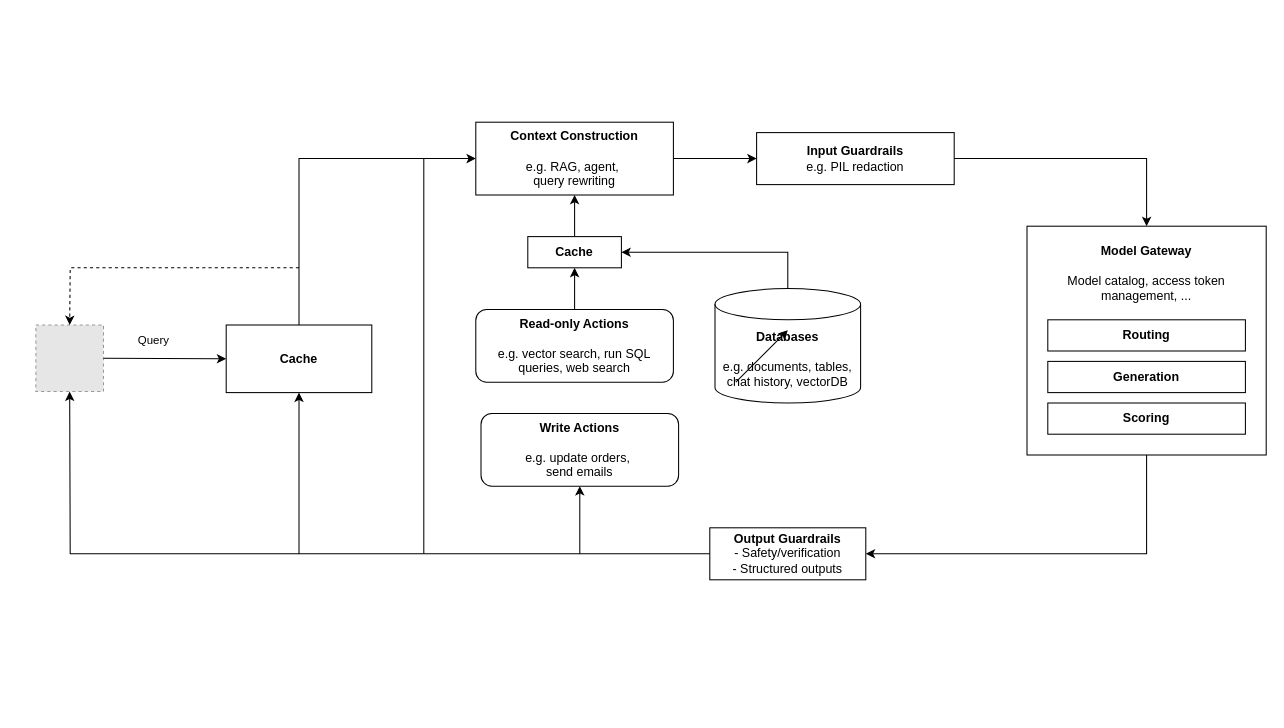
Earlier version of the draw.io diagram Building a GenAI Platform.drawio (sidthedesigner/Draw.io). Source tidied: cells renumbered, new cells numbered last; positions are measured from the earlier drawing's top-left corner, leaving out a move shared by most shapes. Both pictures are drawn from the tidied source at 104%, with x=0, y=0 at pixel (35, 122). Pictures stored in the file or linked from it are replaced by grey dashed boxes.
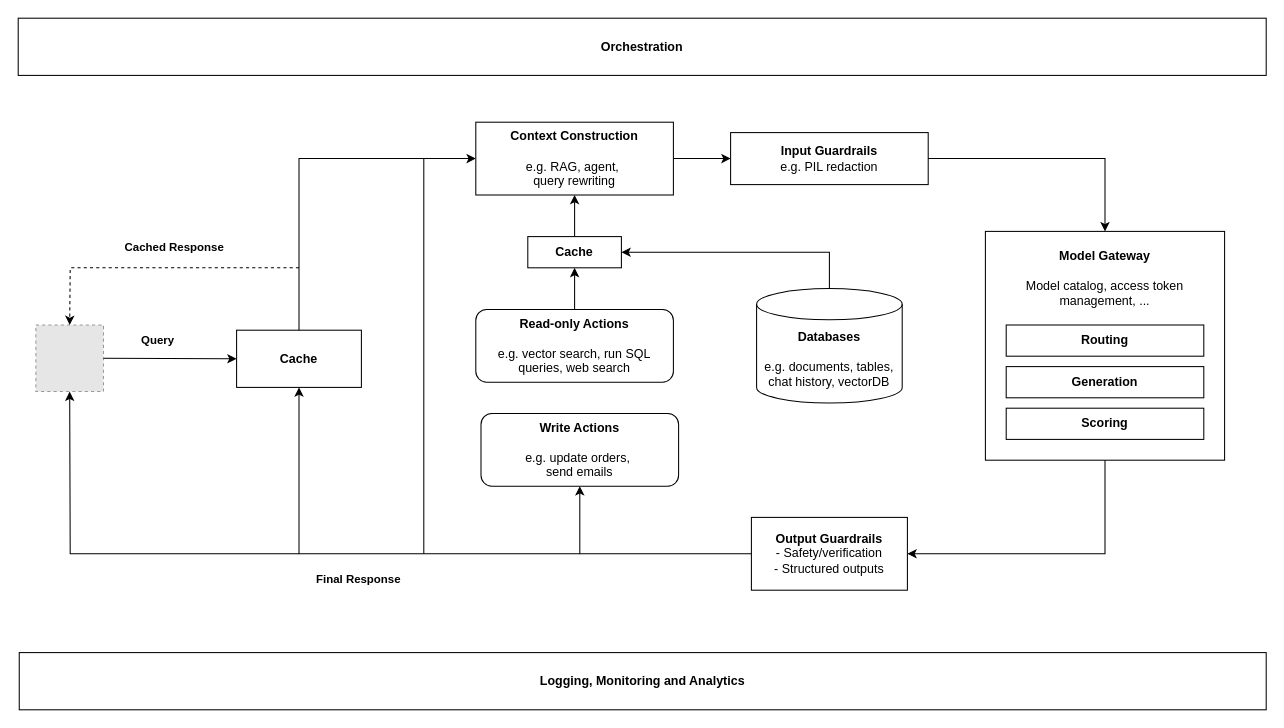
After the change.

Unchanged cells that the change refers to:
```xml
<mxCell id="2" value="&lt;b&gt;Cache&lt;/b&gt;" style="rounded=0;whiteSpace=wrap;html=1;" parent="1" vertex="1">
  <mxGeometry x="473" y="110" width="90" height="30" as="geometry" />
</mxCell>
<mxCell id="26" style="fillColor=#E6E6E6;strokeColor=#999999;dashed=1;verticalLabelPosition=bottom;labelBackgroundColor=default;verticalAlign=top;" parent="1" vertex="1">
  <mxGeometry y="195" width="65" height="64" as="geometry" />
</mxCell>
```

The edit, as a diff of the source:
```diff
@@
     <mxCell id="7" value="&lt;b&gt;Databases&lt;/b&gt;&lt;div&gt;&lt;b&gt;&lt;br&gt;&lt;/b&gt;&lt;/div&gt;&lt;div&gt;e.g. documents, tables, chat history, vectorDB&lt;/div&gt;" style="shape=cylinder3;whiteSpace=wrap;html=1;boundedLbl=1;backgroundOutline=1;size=15;" parent="1" vertex="1">
-      <mxGeometry x="653" y="160" width="140" height="110" as="geometry" />
+      <mxGeometry x="693" y="160" width="140" height="110" as="geometry" />
     </mxCell>
     <mxCell id="8" style="endArrow=classic;html=1;rounded=0;exitX=0.5;exitY=0;exitDx=0;exitDy=0;exitPerimeter=0;entryX=1;entryY=0.5;entryDx=0;entryDy=0;" parent="1" edge="1" source="7" target="2">
       <mxGeometry relative="1" as="geometry">
         <Array as="points">
-          <mxPoint x="723" y="125" />
+          <mxPoint x="763" y="125" />
         </Array>
       </mxGeometry>
     </mxCell>
     <mxCell id="9" value="&lt;b&gt;Input Guardrails&lt;/b&gt;&lt;div&gt;e.g. PIL redaction&lt;/div&gt;" style="rounded=0;whiteSpace=wrap;html=1;" parent="1" vertex="1">
-      <mxGeometry x="693" y="10" width="190" height="50" as="geometry" />
+      <mxGeometry x="668" y="10" width="190" height="50" as="geometry" />
     </mxCell>
@@
     <mxCell id="11" value="&lt;b&gt;Routing&lt;/b&gt;" style="rounded=0;whiteSpace=wrap;html=1;" parent="1" vertex="1">
-      <mxGeometry x="973" y="190" width="190" height="30" as="geometry" />
+      <mxGeometry x="933" y="195" width="190" height="30" as="geometry" />
     </mxCell>
     <mxCell id="12" value="&lt;b&gt;Generation&lt;/b&gt;" style="rounded=0;whiteSpace=wrap;html=1;" parent="1" vertex="1">
-      <mxGeometry x="973" y="230" width="190" height="30" as="geometry" />
+      <mxGeometry x="933" y="235" width="190" height="30" as="geometry" />
     </mxCell>
     <mxCell id="13" value="&lt;b&gt;Scoring&lt;/b&gt;" style="rounded=0;whiteSpace=wrap;html=1;" parent="1" vertex="1">
-      <mxGeometry x="973" y="270" width="190" height="30" as="geometry" />
+      <mxGeometry x="933" y="275" width="190" height="30" as="geometry" />
     </mxCell>
     <mxCell id="14" value="&lt;b&gt;Model Gateway&lt;/b&gt;&lt;div&gt;&lt;b&gt;&lt;br&gt;&lt;/b&gt;&lt;/div&gt;&lt;div&gt;Model catalog, access token management, ...&lt;/div&gt;" style="text;html=1;align=center;verticalAlign=middle;whiteSpace=wrap;rounded=0;" parent="1" vertex="1">
-      <mxGeometry x="973" y="130" width="190" height="30" as="geometry" />
+      <mxGeometry x="933" y="135" width="190" height="30" as="geometry" />
     </mxCell>
     <mxCell id="15" style="rounded=0;whiteSpace=wrap;html=1;fillColor=none;" parent="1" vertex="1">
-      <mxGeometry x="953" y="100" width="230" height="220" as="geometry" />
+      <mxGeometry x="913" y="105" width="230" height="220" as="geometry" />
     </mxCell>
     <mxCell id="16" style="endArrow=classic;html=1;rounded=0;exitX=1;exitY=0.5;exitDx=0;exitDy=0;entryX=0.5;entryY=0;entryDx=0;entryDy=0;" parent="1" edge="1" source="9" target="15">
       <mxGeometry relative="1" as="geometry">
         <Array as="points">
-          <mxPoint x="1068" y="35" />
+          <mxPoint x="1028" y="35" />
         </Array>
       </mxGeometry>
     </mxCell>
     <mxCell id="17" value="&lt;b&gt;Output Guardrails&lt;/b&gt;&lt;div&gt;-&lt;b&gt; &lt;/b&gt;Safety/verification&lt;/div&gt;&lt;div&gt;- Structured outputs&lt;/div&gt;" style="rounded=0;whiteSpace=wrap;html=1;" parent="1" vertex="1">
-      <mxGeometry x="648" y="390" width="150" height="50" as="geometry" />
+      <mxGeometry x="688" y="380" width="150" height="70" as="geometry" />
     </mxCell>
     <mxCell id="18" style="endArrow=classic;html=1;rounded=0;entryX=1;entryY=0.5;entryDx=0;entryDy=0;exitX=0.5;exitY=1;exitDx=0;exitDy=0;" parent="1" edge="1" source="15" target="17">
       <mxGeometry relative="1" as="geometry">
         <Array as="points">
-          <mxPoint x="1068" y="415" />
+          <mxPoint x="1028" y="415" />
         </Array>
       </mxGeometry>
     </mxCell>
@@
     <mxCell id="21" value="&lt;b&gt;Cache&lt;/b&gt;" style="rounded=0;whiteSpace=wrap;html=1;" parent="1" vertex="1">
-      <mxGeometry x="183" y="195" width="140" height="65" as="geometry" />
+      <mxGeometry x="193" y="200" width="120" height="55" as="geometry" />
     </mxCell>
-    <mxCell id="22" style="endArrow=classic;html=1;rounded=0;" parent="1" edge="1">
-      <mxGeometry relative="1" as="geometry">
-        <mxPoint x="673" y="250" as="sourcePoint" />
-        <mxPoint x="723" y="200" as="targetPoint" />
-      </mxGeometry>
-    </mxCell>
-    <mxCell id="23" style="endArrow=classic;html=1;rounded=0;entryX=0.5;entryY=1;entryDx=0;entryDy=0;" parent="1" edge="1" target="21">
-      <mxGeometry relative="1" as="geometry">
+    <mxCell id="23" value="&lt;b&gt;Final Response&lt;/b&gt;" style="endArrow=classic;html=1;rounded=0;entryX=0.5;entryY=1;entryDx=0;entryDy=0;" parent="1" edge="1" target="21">
+      <mxGeometry x="-0.01" y="25" relative="1" as="geometry">
         <mxPoint x="523" y="415" as="sourcePoint" />
         <Array as="points">
           <mxPoint x="253" y="415" />
         </Array>
       </mxGeometry>
     </mxCell>
@@
-    <mxCell id="27" value="Query" style="endArrow=classic;html=1;rounded=0;exitX=1;exitY=0.5;exitDx=0;exitDy=0;entryX=0;entryY=0.5;entryDx=0;entryDy=0;" parent="1" edge="1" source="26" target="21">
+    <mxCell id="27" value="&lt;b&gt;Query&lt;/b&gt;" style="endArrow=classic;html=1;rounded=0;exitX=1;exitY=0.5;exitDx=0;exitDy=0;entryX=0;entryY=0.5;entryDx=0;entryDy=0;" parent="1" edge="1" source="26" target="21">
       <mxGeometry x="-0.19" y="17" relative="1" as="geometry" />
     </mxCell>
@@
-    <mxCell id="29" style="endArrow=classic;html=1;rounded=0;entryX=0.5;entryY=0;entryDx=0;entryDy=0;dashed=1;" parent="1" edge="1" target="26">
-      <mxGeometry relative="1" as="geometry">
+    <mxCell id="29" value="&lt;b&gt;Cached Response&lt;/b&gt;" style="endArrow=classic;html=1;rounded=0;entryX=0.5;entryY=0;entryDx=0;entryDy=0;dashed=1;" parent="1" edge="1" target="26">
+      <mxGeometry x="-0.13" y="-20" relative="1" as="geometry">
         <mxPoint x="253" y="140" as="sourcePoint" />
         <Array as="points">
           <mxPoint x="33" y="140" />
         </Array>
       </mxGeometry>
     </mxCell>
+    <mxCell id="30" value="&lt;b&gt;Orchestration&lt;/b&gt;" style="rounded=0;whiteSpace=wrap;html=1;" parent="1" vertex="1">
+      <mxGeometry x="-17" y="-100" width="1200" height="55" as="geometry" />
+    </mxCell>
+    <mxCell id="31" value="&lt;b&gt;Logging, Monitoring and Analytics&lt;/b&gt;" style="rounded=0;whiteSpace=wrap;html=1;" parent="1" vertex="1">
+      <mxGeometry x="-16" y="510" width="1199" height="55" as="geometry" />
+    </mxCell>
```
